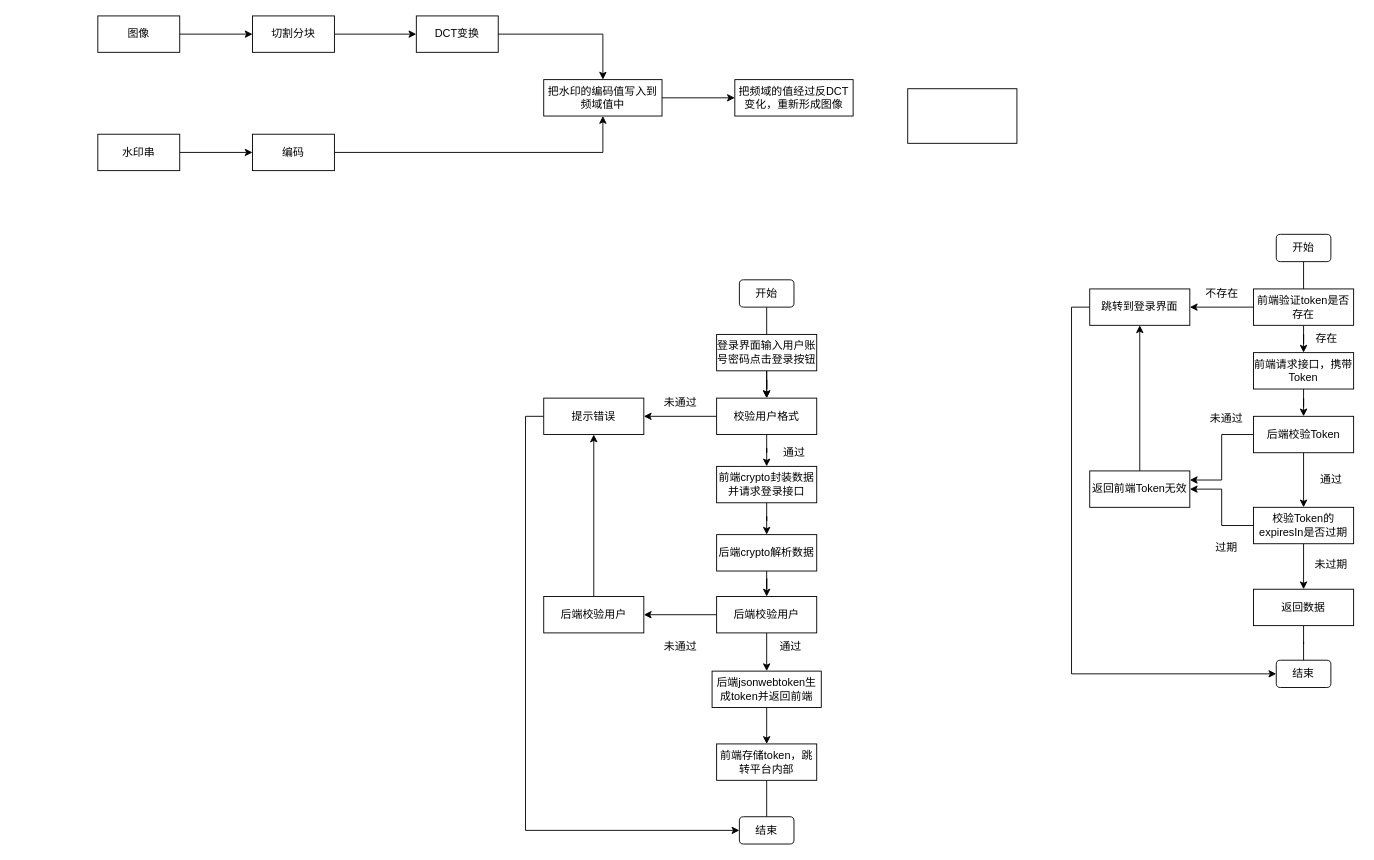
This is 主体管理模块.drawio from yuxinyu12345/diagrams, a draw.io file, before an edit. Source tidied: cells renumbered, new cells numbered last; positions are measured from the earlier drawing's top-left corner, leaving out a move shared by most shapes. Both pictures are drawn from the tidied source at 91%, with x=0, y=0 at pixel (97, 15).
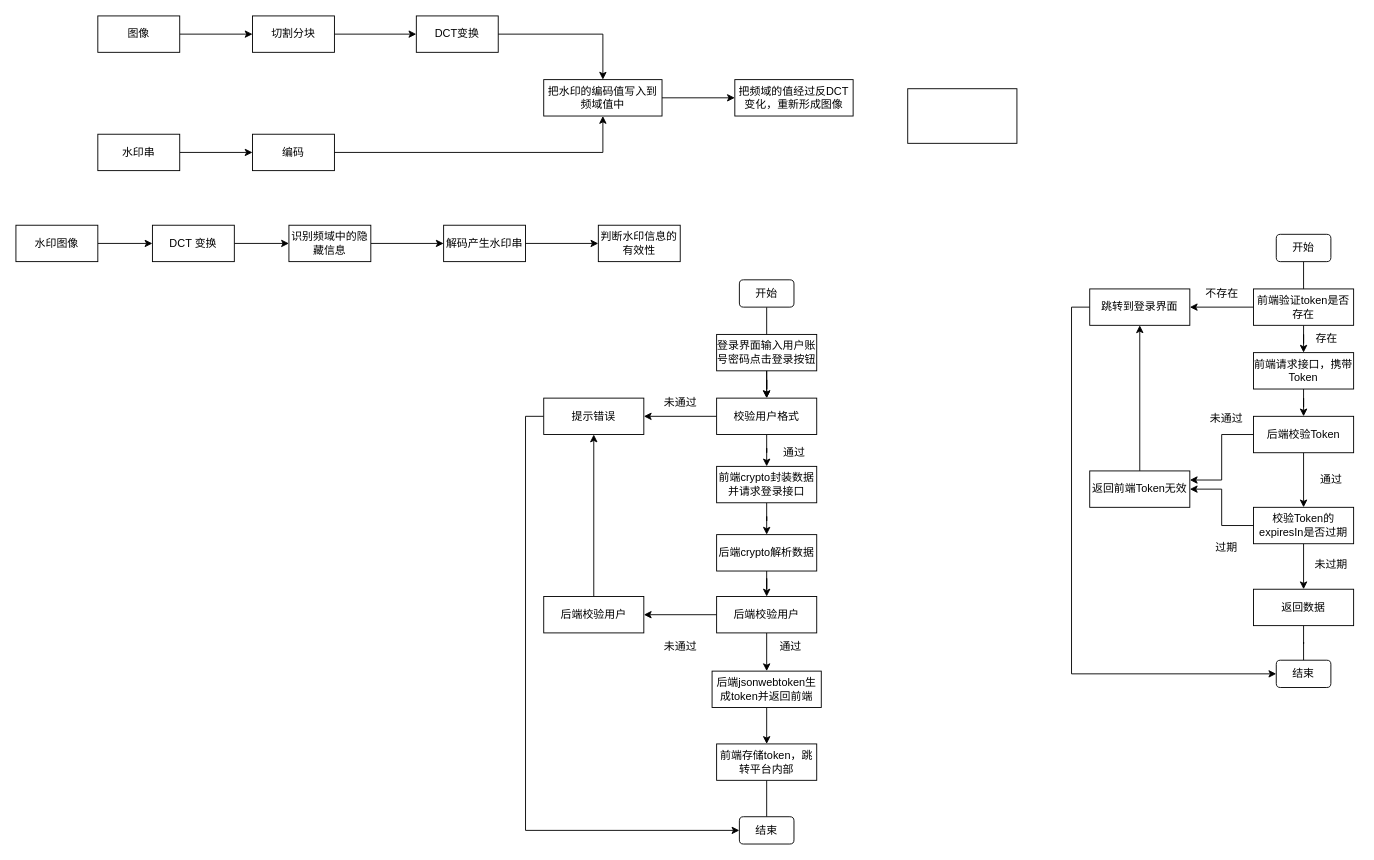
Above is the later version.

Commit message:
更新主体管理模块.drawio

What changed in the source:
```diff
@@
+    <mxCell id="69" style="edgeStyle=orthogonalEdgeStyle;rounded=0;jettySize=auto;html=1;" parent="1" edge="1" source="70" target="72">
+      <mxGeometry relative="1" as="geometry" />
+    </mxCell>
+    <mxCell id="70" value="水印图像" style="rounded=0;whiteSpace=wrap;html=1;" parent="1" vertex="1">
+      <mxGeometry x="-90" y="230" width="90" height="40" as="geometry" />
+    </mxCell>
+    <mxCell id="71" style="edgeStyle=orthogonalEdgeStyle;rounded=0;jettySize=auto;html=1;" parent="1" edge="1" source="72" target="74">
+      <mxGeometry relative="1" as="geometry" />
+    </mxCell>
+    <mxCell id="72" value="DCT 变换" style="rounded=0;whiteSpace=wrap;html=1;" parent="1" vertex="1">
+      <mxGeometry x="60" y="230" width="90" height="40" as="geometry" />
+    </mxCell>
+    <mxCell id="73" style="edgeStyle=orthogonalEdgeStyle;rounded=0;jettySize=auto;html=1;" parent="1" edge="1" source="74" target="76">
+      <mxGeometry relative="1" as="geometry" />
+    </mxCell>
+    <mxCell id="74" value="识别频域中的隐藏信息" style="rounded=0;whiteSpace=wrap;html=1;" parent="1" vertex="1">
+      <mxGeometry x="210" y="230" width="90" height="40" as="geometry" />
+    </mxCell>
+    <mxCell id="75" style="edgeStyle=orthogonalEdgeStyle;rounded=0;jettySize=auto;html=1;" parent="1" edge="1" source="76" target="77">
+      <mxGeometry relative="1" as="geometry" />
+    </mxCell>
+    <mxCell id="76" value="解码产生水印串" style="rounded=0;whiteSpace=wrap;html=1;" parent="1" vertex="1">
+      <mxGeometry x="380" y="230" width="90" height="40" as="geometry" />
+    </mxCell>
+    <mxCell id="77" value="判断水印信息的有效性" style="rounded=0;whiteSpace=wrap;html=1;" parent="1" vertex="1">
+      <mxGeometry x="550" y="230" width="90" height="40" as="geometry" />
+    </mxCell>
```
